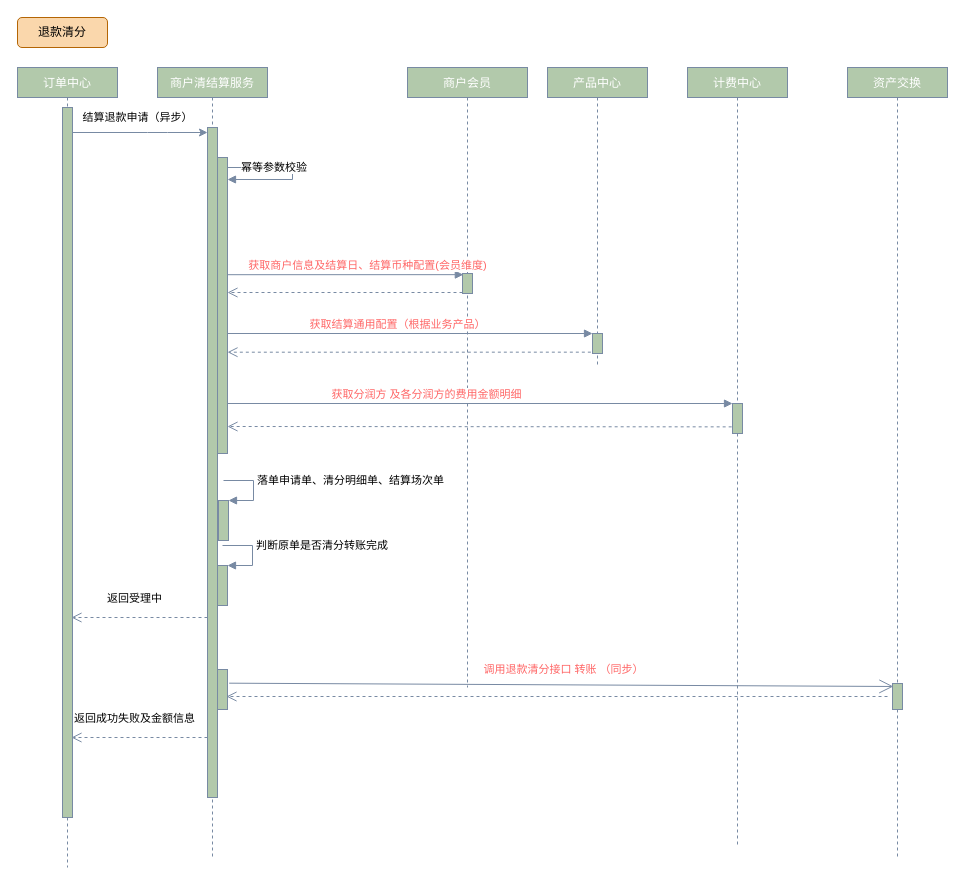
Before: merchant-settle/退款.drawio in DominicElvira/Diagrams, a draw.io diagram. Source tidied: cells renumbered, new cells numbered last; positions are measured from the earlier drawing's top-left corner, leaving out a move shared by most shapes. Both pictures are drawn from the tidied source at 100%, with x=0, y=0 at pixel (17, 17).
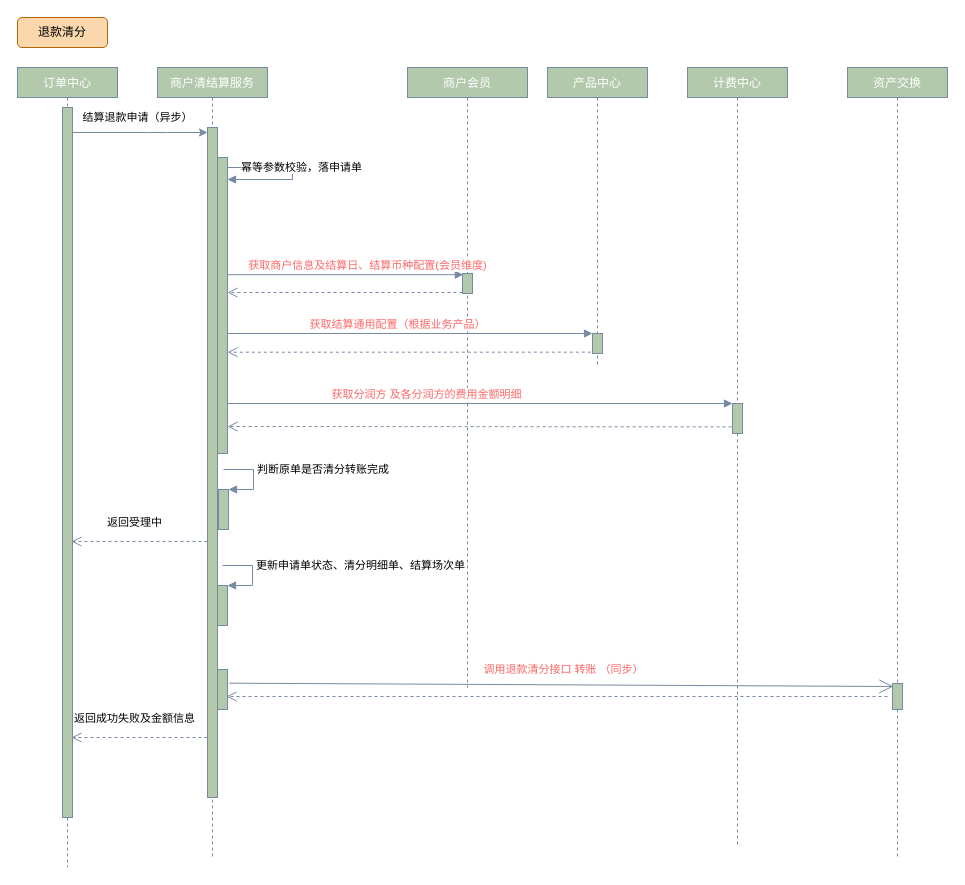
The same diagram, later.

The change refers to these unchanged cells:
```xml
<mxCell id="4" value="商户清结算服务" style="shape=umlLifeline;perimeter=lifelinePerimeter;shadow=0;strokeWidth=1;fillColor=#B2C9AB;strokeColor=#788AA3;fontColor=#FFFFFF;rounded=0;size=30;" parent="1" vertex="1">
  <mxGeometry x="140" y="50" width="110" height="790" as="geometry" />
</mxCell>
```

Diff of the diagram source:
```diff
@@
-    <mxCell id="7" value="幂等参数校验" style="edgeStyle=orthogonalEdgeStyle;html=1;align=left;spacingLeft=2;endArrow=block;rounded=0;fontSize=11;fontColor=#000000;strokeColor=#788AA3;fillColor=#B2C9AB;curved=0;exitX=1.003;exitY=0.207;exitDx=0;exitDy=0;exitPerimeter=0;" parent="4" edge="1">
+    <mxCell id="7" value="幂等参数校验，落申请单" style="edgeStyle=orthogonalEdgeStyle;html=1;align=left;spacingLeft=2;endArrow=block;rounded=0;fontSize=11;fontColor=#000000;strokeColor=#788AA3;fillColor=#B2C9AB;curved=0;exitX=1.003;exitY=0.207;exitDx=0;exitDy=0;exitPerimeter=0;" parent="4" edge="1">
       <mxGeometry x="-0.82" relative="1" as="geometry">
         <mxPoint x="70" y="97.3" as="sourcePoint" />
         <mxPoint x="70" y="112" as="targetPoint" />
         <Array as="points">
           <mxPoint x="135" y="100" />
           <mxPoint x="135" y="112" />
         </Array>
       </mxGeometry>
     </mxCell>
     <mxCell id="8" style="html=1;points=[];perimeter=orthogonalPerimeter;fontSize=11;fontColor=#000000;strokeColor=#788AA3;fillColor=#B2C9AB;" parent="4" vertex="1">
-      <mxGeometry x="60" y="498" width="10" height="40" as="geometry" />
+      <mxGeometry x="60" y="518" width="10" height="40" as="geometry" />
     </mxCell>
-    <mxCell id="9" value="判断原单是否清分转账完成&amp;nbsp;" style="edgeStyle=orthogonalEdgeStyle;html=1;align=left;spacingLeft=2;endArrow=block;rounded=0;entryX=1;entryY=0;fontSize=11;fontColor=#000000;strokeColor=#788AA3;strokeWidth=1;fillColor=#B2C9AB;curved=0;jumpStyle=none;" parent="4" edge="1" target="8">
+    <mxCell id="9" value="更新申请单状态、清分明细单、结算场次单" style="edgeStyle=orthogonalEdgeStyle;html=1;align=left;spacingLeft=2;endArrow=block;rounded=0;entryX=1;entryY=0;fontSize=11;fontColor=#000000;strokeColor=#788AA3;strokeWidth=1;fillColor=#B2C9AB;curved=0;jumpStyle=none;" parent="4" edge="1" target="8">
       <mxGeometry x="-0.2" relative="1" as="geometry">
-        <mxPoint x="65" y="478" as="sourcePoint" />
+        <mxPoint x="65" y="498" as="sourcePoint" />
         <Array as="points">
-          <mxPoint x="95" y="478" />
+          <mxPoint x="95" y="498" />
         </Array>
       </mxGeometry>
     </mxCell>
@@
     <mxCell id="30" style="html=1;points=[];perimeter=orthogonalPerimeter;fontSize=11;fontColor=#000000;strokeColor=#788AA3;fillColor=#B2C9AB;" parent="1" vertex="1">
-      <mxGeometry x="201" y="483" width="10" height="40" as="geometry" />
+      <mxGeometry x="201" y="472" width="10" height="40" as="geometry" />
     </mxCell>
-    <mxCell id="31" value="落单申请单、清分明细单、结算场次单" style="edgeStyle=orthogonalEdgeStyle;html=1;align=left;spacingLeft=2;endArrow=block;rounded=0;entryX=1;entryY=0;fontSize=11;fontColor=#000000;strokeColor=#788AA3;strokeWidth=1;fillColor=#B2C9AB;curved=0;jumpStyle=none;" parent="1" edge="1" target="30">
+    <mxCell id="31" value="判断原单是否清分转账完成&amp;nbsp;" style="edgeStyle=orthogonalEdgeStyle;html=1;align=left;spacingLeft=2;endArrow=block;rounded=0;entryX=1;entryY=0;fontSize=11;fontColor=#000000;strokeColor=#788AA3;strokeWidth=1;fillColor=#B2C9AB;curved=0;jumpStyle=none;" parent="1" edge="1" target="30">
       <mxGeometry x="-0.2" relative="1" as="geometry">
-        <mxPoint x="206" y="463" as="sourcePoint" />
+        <mxPoint x="206" y="452" as="sourcePoint" />
         <Array as="points">
-          <mxPoint x="236" y="463" />
+          <mxPoint x="236" y="452" />
         </Array>
       </mxGeometry>
     </mxCell>
     <mxCell id="32" value="返回受理中" style="html=1;verticalAlign=bottom;endArrow=open;dashed=1;endSize=8;fontSize=11;fontColor=#000000;strokeColor=#788AA3;strokeWidth=1;fillColor=#B2C9AB;curved=0;jumpStyle=none;" parent="1" edge="1">
       <mxGeometry x="0.08" y="-10" relative="1" as="geometry">
-        <mxPoint x="190" y="600" as="sourcePoint" />
-        <mxPoint x="54" y="600" as="targetPoint" />
+        <mxPoint x="190" y="524" as="sourcePoint" />
+        <mxPoint x="54" y="524" as="targetPoint" />
       </mxGeometry>
     </mxCell>
```
